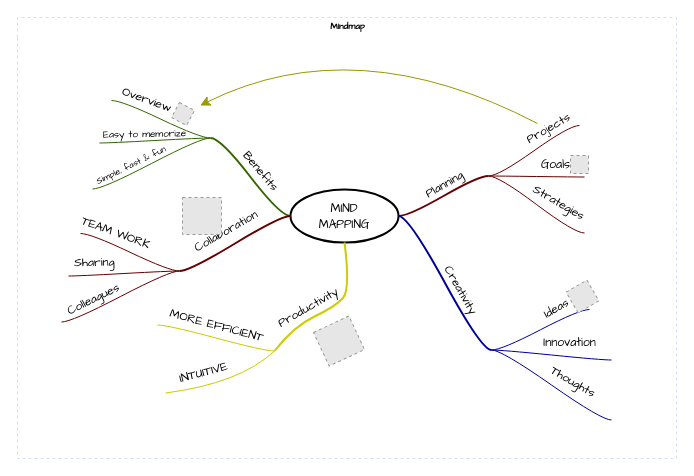
Earlier version of the draw.io diagram Untitled Diagram.drawio (41271212h/Data-Structure). Source tidied: cells renumbered, new cells numbered last; positions are measured from the earlier drawing's top-left corner, leaving out a move shared by most shapes. Both pictures are drawn from the tidied source at 100%, with x=0, y=0 at pixel (17, 17). Pictures stored in the file or linked from it are replaced by grey dashed boxes.
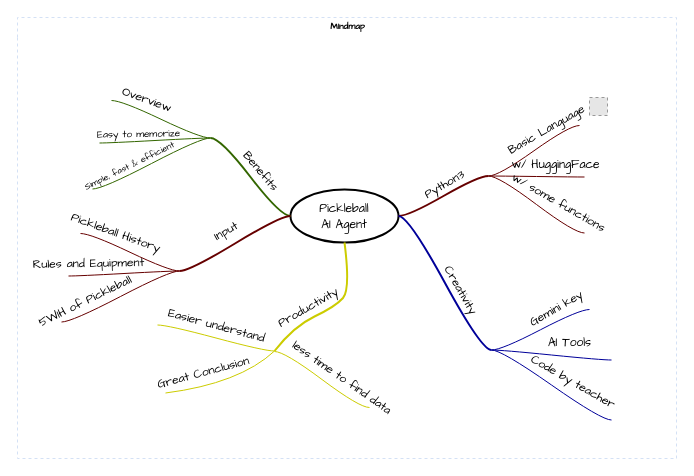
The same diagram, later.

The change refers to these unchanged cells:
```xml
<mxCell id="2" value="Mindmap" style="swimlane;html=1;startSize=20;horizontal=1;containerType=tree;labelBackgroundColor=none;strokeColor=#D4E1F5;strokeWidth=1;fillColor=none;fontFamily=Comic Sans MS;fontSize=9;swimlaneLine=0;dashed=1;" parent="1" vertex="1">
  <mxGeometry width="659" height="441" as="geometry" />
</mxCell>
<mxCell id="5" style="edgeStyle=entityRelationEdgeStyle;startArrow=none;endArrow=none;segment=10;curved=1;strokeWidth=2;strokeColor=#660000;rounded=0;fontSize=12;startSize=8;endSize=8;" parent="2" edge="1" source="3" target="4">
  <mxGeometry relative="1" as="geometry" />
</mxCell>
<mxCell id="8" style="edgeStyle=entityRelationEdgeStyle;startArrow=none;endArrow=none;segment=10;curved=1;strokeColor=#660000;rounded=0;fontSize=12;startSize=8;endSize=8;" parent="2" edge="1" source="4" target="7">
  <mxGeometry relative="1" as="geometry" />
</mxCell>
<mxCell id="11" style="edgeStyle=entityRelationEdgeStyle;startArrow=none;endArrow=none;segment=10;curved=1;strokeColor=#660000;rounded=0;fontSize=12;startSize=8;endSize=8;" parent="2" edge="1" source="4" target="10">
  <mxGeometry relative="1" as="geometry" />
</mxCell>
<mxCell id="14" style="edgeStyle=entityRelationEdgeStyle;startArrow=none;endArrow=none;segment=10;curved=1;strokeColor=#660000;rounded=0;fontSize=12;startSize=8;endSize=8;" parent="2" edge="1" source="4" target="13">
  <mxGeometry relative="1" as="geometry" />
</mxCell>
<mxCell id="19" style="whiteSpace=wrap;html=1;rounded=1;arcSize=50;align=center;verticalAlign=middle;strokeWidth=1;spacing=4;" parent="2" vertex="1">
  <mxGeometry x="572" y="292" width="5" as="geometry" />
</mxCell>
<mxCell id="20" style="edgeStyle=entityRelationEdgeStyle;startArrow=none;endArrow=none;segment=10;curved=1;strokeColor=#000099;rounded=0;fontSize=12;startSize=8;endSize=8;" parent="2" edge="1" source="16" target="19">
  <mxGeometry relative="1" as="geometry" />
</mxCell>
<mxCell id="23" style="edgeStyle=entityRelationEdgeStyle;startArrow=none;endArrow=none;segment=10;curved=1;strokeColor=#000099;rounded=0;fontSize=12;startSize=8;endSize=8;" parent="2" edge="1" source="16" target="22">
  <mxGeometry relative="1" as="geometry" />
</mxCell>
<mxCell id="26" style="edgeStyle=entityRelationEdgeStyle;startArrow=none;endArrow=none;segment=10;curved=1;strokeColor=#000099;rounded=0;fontSize=12;startSize=8;endSize=8;" parent="2" edge="1" source="16" target="25">
  <mxGeometry relative="1" as="geometry" />
</mxCell>
<mxCell id="32" style="whiteSpace=wrap;html=1;rounded=1;arcSize=50;align=center;verticalAlign=middle;strokeWidth=1;spacing=4;" parent="2" vertex="1">
  <mxGeometry x="193" y="120" height="1" as="geometry" />
</mxCell>
<mxCell id="36" style="edgeStyle=entityRelationEdgeStyle;startArrow=none;endArrow=none;segment=10;curved=1;strokeColor=#336600;rounded=0;fontSize=12;startSize=8;endSize=8;" parent="2" edge="1" source="32" target="35">
  <mxGeometry relative="1" as="geometry" />
</mxCell>
<mxCell id="39" style="edgeStyle=entityRelationEdgeStyle;startArrow=none;endArrow=none;segment=10;curved=1;strokeColor=#336600;rounded=0;fontSize=12;startSize=8;endSize=8;" parent="2" edge="1" source="32" target="38">
  <mxGeometry relative="1" as="geometry" />
</mxCell>
<mxCell id="47" style="whiteSpace=wrap;html=1;rounded=1;arcSize=50;align=center;verticalAlign=middle;strokeWidth=1;spacing=4;" parent="2" vertex="1">
  <mxGeometry x="162" y="253" height="1" as="geometry" />
</mxCell>
<mxCell id="48" style="edgeStyle=entityRelationEdgeStyle;startArrow=none;endArrow=none;segment=10;curved=1;strokeWidth=2;strokeColor=#660000;rounded=0;fontSize=12;startSize=8;endSize=8;" parent="2" edge="1" source="3" target="47">
  <mxGeometry relative="1" as="geometry" />
</mxCell>
<mxCell id="50" style="whiteSpace=wrap;html=1;rounded=1;arcSize=50;align=center;verticalAlign=middle;strokeWidth=1;spacing=4;" parent="2" vertex="1">
  <mxGeometry x="44" y="304" height="1" as="geometry" />
</mxCell>
<mxCell id="54" style="edgeStyle=entityRelationEdgeStyle;startArrow=none;endArrow=none;segment=10;curved=1;strokeColor=#660000;rounded=0;fontSize=12;startSize=8;endSize=8;" parent="2" edge="1" source="47" target="53">
  <mxGeometry relative="1" as="geometry" />
</mxCell>
<mxCell id="57" style="edgeStyle=entityRelationEdgeStyle;startArrow=none;endArrow=none;segment=10;curved=1;strokeColor=#660000;rounded=0;fontSize=12;startSize=8;endSize=8;" parent="2" edge="1" source="47" target="56">
  <mxGeometry relative="1" as="geometry" />
</mxCell>
<mxCell id="61" style="whiteSpace=wrap;html=1;rounded=1;arcSize=50;align=center;verticalAlign=middle;strokeWidth=1;spacing=4;" parent="2" vertex="1">
  <mxGeometry x="257" y="333" height="1" as="geometry" />
</mxCell>
<mxCell id="65" style="startArrow=none;endArrow=none;segment=10;strokeColor=#CCCC00;curved=1;rounded=0;fontSize=12;startSize=8;endSize=8;" parent="2" edge="1" source="61" target="64">
  <mxGeometry relative="1" as="geometry">
    <Array as="points">
      <mxPoint x="222" y="366" />
    </Array>
  </mxGeometry>
</mxCell>
<mxCell id="68" style="edgeStyle=entityRelationEdgeStyle;startArrow=none;endArrow=none;segment=10;curved=1;strokeColor=#CCCC00;rounded=0;fontSize=12;startSize=8;endSize=8;" parent="2" edge="1" source="61" target="67">
  <mxGeometry relative="1" as="geometry" />
</mxCell>
```

What changed in the source:
```diff
@@
-    <mxCell id="3" value="&lt;font face=&quot;Comic Sans MS&quot;&gt;MIND&lt;br&gt;MAPPING&lt;/font&gt;" style="ellipse;whiteSpace=wrap;html=1;align=center;strokeWidth=2;" parent="2" vertex="1">
+    <mxCell id="3" value="&lt;font face=&quot;Comic Sans MS&quot;&gt;Pickleball&lt;/font&gt;&lt;div&gt;&lt;font face=&quot;Comic Sans MS&quot;&gt;AI Agent&lt;/font&gt;&lt;/div&gt;" style="ellipse;whiteSpace=wrap;html=1;align=center;strokeWidth=2;" parent="2" vertex="1">
       <mxGeometry x="273" y="172" width="108" height="53" as="geometry" />
     </mxCell>
@@
-    <mxCell id="6" value="Planning" style="text;html=1;align=center;verticalAlign=middle;labelBackgroundColor=none;rotation=-30;fontFamily=Comic Sans MS;" parent="5" vertex="1">
+    <mxCell id="6" value="Python3" style="text;html=1;align=center;verticalAlign=middle;labelBackgroundColor=none;rotation=-30;fontFamily=Comic Sans MS;" parent="5" vertex="1">
       <mxGeometry x="0.02" y="2" relative="1" as="geometry">
         <mxPoint x="1" y="-9" as="offset" />
       </mxGeometry>
     </mxCell>
@@
-    <mxCell id="9" value="Projects" style="text;html=1;points=[];align=center;verticalAlign=middle;labelBackgroundColor=none;fontFamily=Comic Sans MS;rotation=-30;" parent="8" vertex="1">
+    <mxCell id="9" value="Basic Language&amp;nbsp;" style="text;html=1;points=[];align=center;verticalAlign=middle;labelBackgroundColor=none;fontFamily=Comic Sans MS;rotation=-30;" parent="8" vertex="1">
       <mxGeometry x="0.26" relative="1" as="geometry">
         <mxPoint x="3" y="-14" as="offset" />
       </mxGeometry>
     </mxCell>
@@
-    <mxCell id="12" value="Goals" style="text;html=1;align=center;verticalAlign=middle;labelBackgroundColor=none;fontFamily=Comic Sans MS;rotation=0;" parent="11" vertex="1">
+    <mxCell id="12" value="w/ HuggingFace" style="text;html=1;align=center;verticalAlign=middle;labelBackgroundColor=none;fontFamily=Comic Sans MS;rotation=0;" parent="11" vertex="1">
       <mxGeometry x="-0.11" y="-1" relative="1" as="geometry">
         <mxPoint x="24" y="-12" as="offset" />
       </mxGeometry>
     </mxCell>
@@
-    <mxCell id="15" value="Strategies" style="text;html=1;align=center;verticalAlign=middle;labelBackgroundColor=none;fontFamily=Comic Sans MS;rotation=30;" parent="14" vertex="1">
+    <mxCell id="15" value="w/ some functions" style="text;html=1;align=center;verticalAlign=middle;labelBackgroundColor=none;fontFamily=Comic Sans MS;rotation=30;" parent="14" vertex="1">
       <mxGeometry x="-0.11" y="-1" relative="1" as="geometry">
         <mxPoint x="28" y="1" as="offset" />
       </mxGeometry>
     </mxCell>
@@
-    <mxCell id="21" value="Ideas" style="text;html=1;align=center;verticalAlign=middle;labelBackgroundColor=none;fontFamily=Comic Sans MS;rotation=-30;" parent="20" vertex="1">
+    <mxCell id="21" value="Gemini key" style="text;html=1;align=center;verticalAlign=middle;labelBackgroundColor=none;fontFamily=Comic Sans MS;rotation=-30;" parent="20" vertex="1">
       <mxGeometry x="0.26" relative="1" as="geometry">
         <mxPoint x="3" y="-14" as="offset" />
       </mxGeometry>
     </mxCell>
@@
-    <mxCell id="24" value="Innovation" style="text;html=1;align=center;verticalAlign=middle;labelBackgroundColor=none;fontFamily=Comic Sans MS;rotation=0;" parent="23" vertex="1">
+    <mxCell id="24" value="AI Tools" style="text;html=1;align=center;verticalAlign=middle;labelBackgroundColor=none;fontFamily=Comic Sans MS;rotation=0;" parent="23" vertex="1">
       <mxGeometry x="-0.11" y="-1" relative="1" as="geometry">
         <mxPoint x="24" y="-12" as="offset" />
       </mxGeometry>
     </mxCell>
@@
-    <mxCell id="27" value="Thoughts" style="text;html=1;align=center;verticalAlign=middle;labelBackgroundColor=none;fontFamily=Comic Sans MS;rotation=30;" parent="26" vertex="1">
+    <mxCell id="27" value="Code by teacher" style="text;html=1;align=center;verticalAlign=middle;labelBackgroundColor=none;fontFamily=Comic Sans MS;rotation=30;" parent="26" vertex="1">
       <mxGeometry x="-0.11" y="-1" relative="1" as="geometry">
         <mxPoint x="28" y="1" as="offset" />
       </mxGeometry>
     </mxCell>
-    <mxCell id="28" style="fillColor=#E6E6E6;strokeColor=#999999;dashed=1;html=1;verticalAlign=top;verticalLabelPosition=bottom;labelBackgroundColor=#ffffff;fontFamily=Comic Sans MS;rotation=-30;" parent="2" vertex="1">
-      <mxGeometry x="553" y="267" width="24" height="24" as="geometry" />
-    </mxCell>
-    <mxCell id="29" style="edgeStyle=entityRelationEdgeStyle;jumpStyle=arc;html=1;endArrow=classicThin;endFill=1;jettySize=auto;strokeColor=none;strokeWidth=2;fontFamily=Comic Sans MS;rounded=0;fontSize=12;startSize=8;endSize=8;curved=1;" parent="2" edge="1" source="19" target="28">
-      <mxGeometry relative="1" as="geometry" />
-    </mxCell>
     <mxCell id="30" style="fillColor=#E6E6E6;strokeColor=#999999;dashed=1;html=1;verticalAlign=top;verticalLabelPosition=bottom;labelBackgroundColor=#ffffff;fontFamily=Comic Sans MS;" parent="2" vertex="1">
-      <mxGeometry x="553" y="138" width="18" height="18" as="geometry" />
+      <mxGeometry x="572" y="80" width="18" height="18" as="geometry" />
     </mxCell>
@@
-    <mxCell id="37" value="Simple, fast &amp;amp; fun" style="text;html=1;align=center;verticalAlign=middle;labelBackgroundColor=none;fontFamily=Comic Sans MS;rotation=-26;fontSize=9;" parent="36" vertex="1">
+    <mxCell id="37" value="Simple, fast &amp;amp; efficient&amp;nbsp;" style="text;html=1;align=center;verticalAlign=middle;labelBackgroundColor=none;fontFamily=Comic Sans MS;rotation=-26;fontSize=9;" parent="36" vertex="1">
       <mxGeometry x="-0.11" y="-1" relative="1" as="geometry">
         <mxPoint x="-27" y="7" as="offset" />
       </mxGeometry>
     </mxCell>
@@
     <mxCell id="40" value="Easy to memorize" style="text;html=1;align=center;verticalAlign=middle;labelBackgroundColor=none;fontFamily=Comic Sans MS;rotation=-1;fontSize=10;" parent="39" vertex="1">
       <mxGeometry x="-0.11" y="-1" relative="1" as="geometry">
-        <mxPoint x="-18" y="-6" as="offset" />
+        <mxPoint x="-24" y="-6" as="offset" />
       </mxGeometry>
     </mxCell>
@@
-    <mxCell id="44" style="fillColor=#E6E6E6;strokeColor=#999999;dashed=1;html=1;verticalAlign=top;verticalLabelPosition=bottom;labelBackgroundColor=#ffffff;fontFamily=Comic Sans MS;fontSize=10;rotation=28;" parent="2" vertex="1">
-      <mxGeometry x="157" y="88" width="17" height="17" as="geometry" />
-    </mxCell>
-    <mxCell id="45" style="endArrow=classic;html=1;curved=1;sourcePerimeterSpacing=10;strokeColor=#999900;targetPerimeterSpacing=7;rounded=0;fontSize=12;startSize=8;endSize=8;" parent="2" edge="1" source="9" target="44">
-      <mxGeometry relative="1" as="geometry">
-        <Array as="points">
-          <mxPoint x="338" y="11" />
-        </Array>
-      </mxGeometry>
-    </mxCell>
-    <mxCell id="46" style="jumpStyle=arc;html=1;endArrow=classicThin;endFill=1;jettySize=auto;strokeColor=none;strokeWidth=2;fontFamily=Comic Sans MS;fontSize=10;rounded=0;startSize=8;endSize=8;curved=1;" parent="2" edge="1" source="32" target="44">
-      <mxGeometry relative="1" as="geometry" />
+    <mxCell id="46" style="jumpStyle=arc;html=1;endArrow=classicThin;endFill=1;jettySize=auto;strokeColor=none;strokeWidth=2;fontFamily=Comic Sans MS;fontSize=10;rounded=0;startSize=8;endSize=8;curved=1;" parent="2" edge="1" source="32">
+      <mxGeometry relative="1" as="geometry">
+        <mxPoint x="172.1" y="102.2" as="targetPoint" />
+      </mxGeometry>
     </mxCell>
@@
-    <mxCell id="49" value="Collaboration" style="text;html=1;align=center;verticalAlign=middle;labelBackgroundColor=none;rotation=-30;fontFamily=Comic Sans MS;" parent="48" vertex="1">
+    <mxCell id="49" value="Input" style="text;html=1;align=center;verticalAlign=middle;labelBackgroundColor=none;rotation=-30;fontFamily=Comic Sans MS;" parent="48" vertex="1">
       <mxGeometry x="0.02" y="2" relative="1" as="geometry">
         <mxPoint x="-10" y="-13" as="offset" />
       </mxGeometry>
     </mxCell>
@@
     <mxCell id="51" style="edgeStyle=entityRelationEdgeStyle;startArrow=none;endArrow=none;segment=10;curved=1;strokeColor=#660000;rounded=0;fontSize=12;startSize=8;endSize=8;" parent="2" edge="1" source="47" target="50">
-      <mxGeometry relative="1" as="geometry" />
+      <mxGeometry relative="1" as="geometry">
+        <Array as="points">
+          <mxPoint x="39" y="315" />
+        </Array>
+      </mxGeometry>
     </mxCell>
-    <mxCell id="52" value="Colleagues" style="text;html=1;align=center;verticalAlign=middle;labelBackgroundColor=none;fontFamily=Comic Sans MS;rotation=-26;fontSize=12;" parent="51" vertex="1">
+    <mxCell id="52" value="5W1H of Pickleball" style="text;html=1;align=center;verticalAlign=middle;labelBackgroundColor=none;fontFamily=Comic Sans MS;rotation=-26;fontSize=12;" parent="51" vertex="1">
       <mxGeometry x="-0.11" y="-1" relative="1" as="geometry">
-        <mxPoint x="-34" y="8" as="offset" />
+        <mxPoint x="-42" y="10" as="offset" />
       </mxGeometry>
     </mxCell>
@@
-    <mxCell id="55" value="Sharing" style="text;html=1;align=center;verticalAlign=middle;labelBackgroundColor=none;fontFamily=Comic Sans MS;rotation=-1;fontSize=12;" parent="54" vertex="1">
+    <mxCell id="55" value="Rules and Equipment" style="text;html=1;align=center;verticalAlign=middle;labelBackgroundColor=none;fontFamily=Comic Sans MS;rotation=-1;fontSize=12;" parent="54" vertex="1">
       <mxGeometry x="-0.11" y="-1" relative="1" as="geometry">
-        <mxPoint x="-37" y="-9" as="offset" />
+        <mxPoint x="-43" y="-8" as="offset" />
       </mxGeometry>
     </mxCell>
@@
-    <mxCell id="58" value="TEAM WORK" style="text;html=1;align=center;verticalAlign=middle;labelBackgroundColor=none;fontFamily=Comic Sans MS;rotation=20;" parent="57" vertex="1">
+    <mxCell id="58" value="Pickleball History" style="text;html=1;align=center;verticalAlign=middle;labelBackgroundColor=none;fontFamily=Comic Sans MS;rotation=20;" parent="57" vertex="1">
       <mxGeometry x="0.26" relative="1" as="geometry">
         <mxPoint x="-2" y="-13" as="offset" />
       </mxGeometry>
     </mxCell>
-    <mxCell id="59" style="fillColor=#E6E6E6;strokeColor=#999999;dashed=1;html=1;verticalAlign=top;verticalLabelPosition=bottom;labelBackgroundColor=#ffffff;fontFamily=Comic Sans MS;fontSize=12;fontColor=#000000;align=center;" parent="2" vertex="1">
-      <mxGeometry x="165" y="180" width="39" height="37" as="geometry" />
-    </mxCell>
-    <mxCell id="60" style="edgeStyle=none;jumpStyle=arc;html=1;entryX=0.5;entryY=1;entryPerimeter=0;endArrow=classicThin;endFill=1;jettySize=auto;strokeColor=none;strokeWidth=2;fontFamily=Comic Sans MS;fontSize=12;rounded=0;startSize=8;endSize=8;curved=1;" parent="2" edge="1" source="47" target="59">
-      <mxGeometry relative="1" as="geometry" />
-    </mxCell>
+    <mxCell id="72" style="edgeStyle=orthogonalEdgeStyle;rounded=0;jettySize=auto;html=1;" parent="2" edge="1" source="61">
+      <mxGeometry relative="1" as="geometry">
+        <mxPoint x="257" y="333.5" as="targetPoint" />
+      </mxGeometry>
+    </mxCell>
@@
-    <mxCell id="66" value="INTUITIVE" style="text;html=1;align=center;verticalAlign=middle;labelBackgroundColor=none;fontFamily=Comic Sans MS;rotation=-15;fontSize=12;" parent="65" vertex="1">
+    <mxCell id="66" value="Great Conclusion" style="text;html=1;align=center;verticalAlign=middle;labelBackgroundColor=none;fontFamily=Comic Sans MS;rotation=-15;fontSize=12;" parent="65" vertex="1">
       <mxGeometry x="-0.11" y="-1" relative="1" as="geometry">
         <mxPoint x="-30" y="-10" as="offset" />
       </mxGeometry>
     </mxCell>
@@
-    <mxCell id="69" value="MORE EFFICIENT" style="text;html=1;align=center;verticalAlign=middle;labelBackgroundColor=none;fontFamily=Comic Sans MS;rotation=15;fontSize=12;" parent="68" vertex="1">
+    <mxCell id="69" value="Easier understand" style="text;html=1;align=center;verticalAlign=middle;labelBackgroundColor=none;fontFamily=Comic Sans MS;rotation=15;fontSize=12;" parent="68" vertex="1">
       <mxGeometry x="-0.11" y="-1" relative="1" as="geometry">
         <mxPoint x="-6" y="-13" as="offset" />
       </mxGeometry>
     </mxCell>
-    <mxCell id="70" style="fillColor=#E6E6E6;strokeColor=#999999;dashed=1;html=1;verticalAlign=top;verticalLabelPosition=bottom;labelBackgroundColor=#ffffff;fontFamily=Comic Sans MS;fontSize=12;fontColor=#000000;align=center;rotation=-25;" parent="2" vertex="1">
-      <mxGeometry x="302" y="305" width="39" height="37" as="geometry" />
-    </mxCell>
-    <mxCell id="71" style="edgeStyle=none;jumpStyle=arc;html=1;entryX=0.5;entryY=1;entryPerimeter=0;endArrow=classicThin;endFill=1;jettySize=auto;strokeColor=none;strokeWidth=2;fontFamily=Comic Sans MS;fontSize=12;rounded=0;startSize=8;endSize=8;curved=1;" parent="2" edge="1" source="61" target="70">
-      <mxGeometry relative="1" as="geometry" />
-    </mxCell>
+    <mxCell id="73" style="edgeStyle=entityRelationEdgeStyle;startArrow=none;endArrow=none;segment=10;curved=1;strokeColor=#CCCC00;rounded=0;fontSize=12;startSize=8;endSize=8;" parent="2" edge="1">
+      <mxGeometry relative="1" as="geometry">
+        <mxPoint x="257" y="334" as="sourcePoint" />
+        <mxPoint x="352" y="390" as="targetPoint" />
+      </mxGeometry>
+    </mxCell>
+    <mxCell id="74" value="less time to find data" style="text;html=1;align=center;verticalAlign=middle;labelBackgroundColor=none;fontFamily=Comic Sans MS;rotation=35;fontSize=12;" parent="73" vertex="1">
+      <mxGeometry x="-0.11" y="-1" relative="1" as="geometry">
+        <mxPoint x="25" y="1" as="offset" />
+      </mxGeometry>
+    </mxCell>
```
